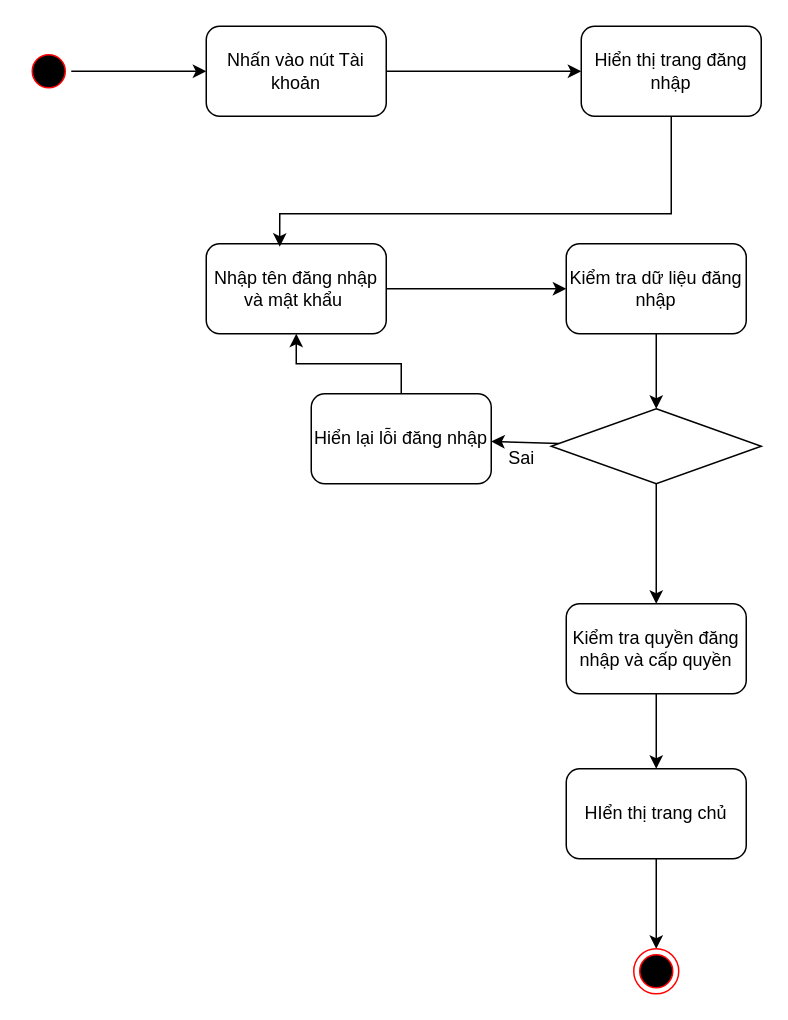
Earlier version of the draw.io diagram page "Activity Đăng nhập" (3 of 29) of Biểu đồ không có tiêu đề.drawio (anhduy7723/api_auth). Source tidied: cells renumbered, new cells numbered last; positions are measured from the earlier drawing's top-left corner, leaving out a move shared by most shapes. Both pictures are drawn from the tidied source at 150%, with x=0, y=0 at pixel (26, 26).
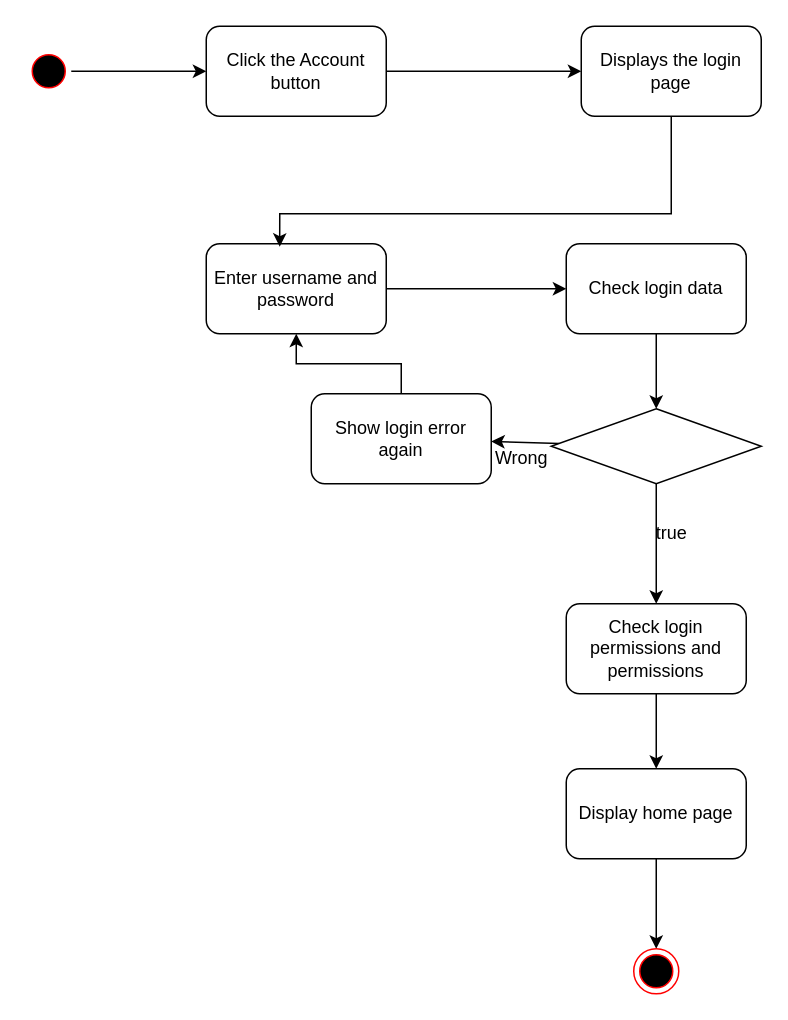
After the change.

The edit, as a diff of the source:
```diff
@@
-    <mxCell id="4" value="Nhấn vào nút Tài khoản" style="rounded=1;whiteSpace=wrap;html=1;" parent="1" vertex="1">
+    <mxCell id="4" value="Click the Account button" style="rounded=1;whiteSpace=wrap;html=1;" parent="1" vertex="1">
       <mxGeometry x="120" width="120" height="60" as="geometry" />
     </mxCell>
-    <mxCell id="5" value="Hiển thị trang đăng nhập" style="rounded=1;whiteSpace=wrap;html=1;" parent="1" vertex="1">
+    <mxCell id="5" value="Displays the login page" style="rounded=1;whiteSpace=wrap;html=1;" parent="1" vertex="1">
       <mxGeometry x="370" width="120" height="60" as="geometry" />
     </mxCell>
@@
-    <mxCell id="7" value="Nhập tên đăng nhập và mật khẩu&amp;nbsp;" style="rounded=1;whiteSpace=wrap;html=1;" parent="1" vertex="1">
+    <mxCell id="7" value="Enter username and password" style="rounded=1;whiteSpace=wrap;html=1;" parent="1" vertex="1">
       <mxGeometry x="120" y="145" width="120" height="60" as="geometry" />
     </mxCell>
@@
-    <mxCell id="10" value="Kiểm tra dữ liệu đăng nhập" style="rounded=1;whiteSpace=wrap;html=1;" parent="1" vertex="1">
+    <mxCell id="10" value="Check login data" style="rounded=1;whiteSpace=wrap;html=1;" parent="1" vertex="1">
       <mxGeometry x="360" y="145" width="120" height="60" as="geometry" />
     </mxCell>
@@
-    <mxCell id="15" value="Hiển lại lỗi đăng nhập" style="rounded=1;whiteSpace=wrap;html=1;" parent="1" vertex="1">
+    <mxCell id="15" value="Show login error again" style="rounded=1;whiteSpace=wrap;html=1;" parent="1" vertex="1">
       <mxGeometry x="190" y="245" width="120" height="60" as="geometry" />
     </mxCell>
-    <mxCell id="16" value="Sai" style="text;html=1;align=center;verticalAlign=middle;strokeColor=none;fillColor=none;" parent="1" vertex="1">
-      <mxGeometry x="310" y="273" width="40" height="30" as="geometry" />
+    <mxCell id="16" value="Wrong" style="text;html=1;align=center;verticalAlign=middle;strokeColor=none;fillColor=none;" parent="1" vertex="1">
+      <mxGeometry x="300" y="273" width="60" height="30" as="geometry" />
     </mxCell>
@@
-    <mxCell id="18" value="Kiểm tra quyền đăng nhập và cấp quyền" style="rounded=1;whiteSpace=wrap;html=1;" parent="1" vertex="1">
+    <mxCell id="18" value="Check login permissions and permissions" style="rounded=1;whiteSpace=wrap;html=1;" parent="1" vertex="1">
       <mxGeometry x="360" y="385" width="120" height="60" as="geometry" />
     </mxCell>
@@
-    <mxCell id="20" value="HIển thị trang chủ" style="rounded=1;whiteSpace=wrap;html=1;" parent="1" vertex="1">
+    <mxCell id="20" value="Display home page" style="rounded=1;whiteSpace=wrap;html=1;" parent="1" vertex="1">
       <mxGeometry x="360" y="495" width="120" height="60" as="geometry" />
     </mxCell>
@@
+    <mxCell id="23" value="true" style="text;html=1;align=center;verticalAlign=middle;strokeColor=none;fillColor=none;" parent="1" vertex="1">
+      <mxGeometry x="410" y="323" width="40" height="30" as="geometry" />
+    </mxCell>
```
